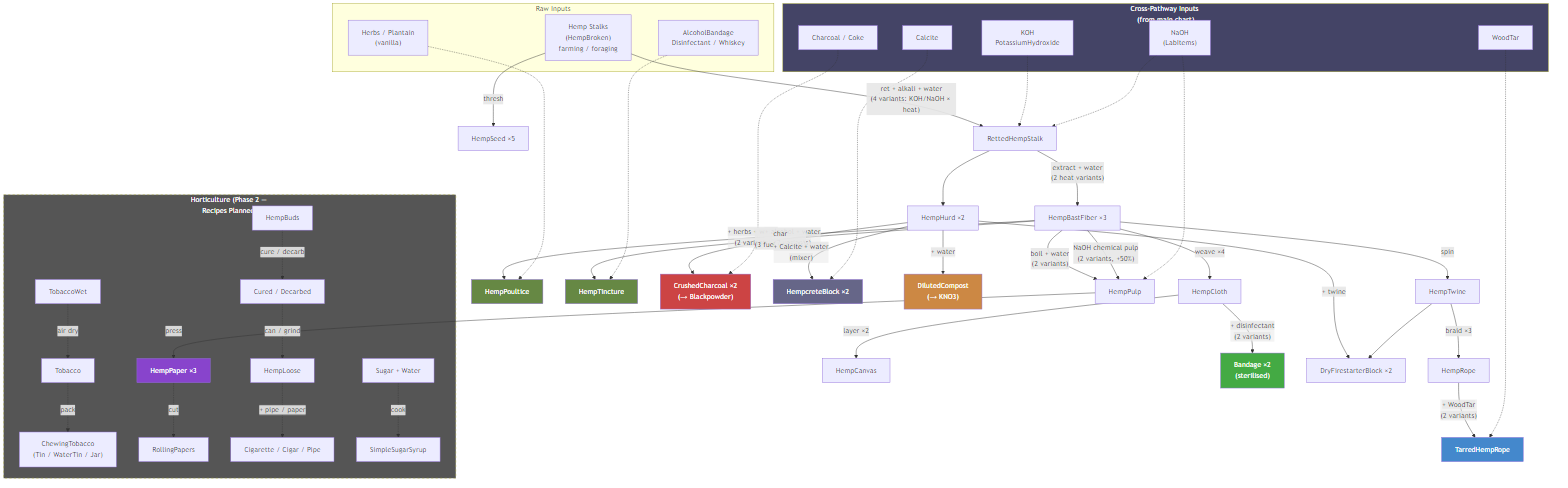
Earlier version of the Mermaid export docs/images/botanical-pathways.png (phobos-dthorga/mod-pz-chemistry-pathways). Its source is kept beside it as docs/mermaid-src/botanical-pathways.mmd. Its diagram source:
```mermaid
graph TB
    subgraph IN["Raw Inputs"]
        HEMP["Hemp Stalks<br/>(HempBroken)<br/>farming / foraging"]
        HERBS["Herbs / Plantain<br/>(vanilla)"]
        ALCOHOL["AlcoholBandage<br/>Disinfectant / Whiskey"]
    end

    subgraph XREF["Cross-Pathway Inputs (from main chart)"]
        KOH["KOH<br/>PotassiumHydroxide"]
        NAOH["NaOH<br/>(LabItems)"]
        WOODTAR["WoodTar"]
        CALCITE["Calcite"]
        CHARCOAL["Charcoal / Coke"]
    end

    HEMP -->|"thresh"| SEEDS["HempSeed ×5"]
    HEMP -->|"ret + alkali + water<br/>(4 variants: KOH/NaOH × heat)"| RETTED["RettedHempStalk"]
    KOH -.-> RETTED
    NAOH -.-> RETTED
    RETTED -->|"extract + water<br/>(2 heat variants)"| BAST["HempBastFiber ×3"]
    RETTED --> HURD["HempHurd ×2"]

    BAST -->|"spin"| TWINE["HempTwine"]
    TWINE -->|"braid ×3"| ROPE["HempRope"]
    ROPE -->|"+ WoodTar<br/>(2 variants)"| TARRED["TarredHempRope"]
    WOODTAR -.-> TARRED

    BAST -->|"weave ×4"| CLOTH["HempCloth"]
    CLOTH -->|"layer ×2"| CANVAS["HempCanvas"]
    CLOTH -->|"+ disinfectant<br/>(2 variants)"| BANDAGE["Bandage ×2<br/>(sterilised)"]

    BAST -->|"boil + water<br/>(2 variants)"| PULP["HempPulp"]
    BAST -->|"NaOH chemical pulp<br/>(2 variants, +50%)"| PULP
    NAOH -.-> PULP
    PULP -->|"press"| PAPER["HempPaper ×3"]

    BAST -->|"+ herbs + water<br/>(2 variants)"| POULTICE["HempPoultice"]
    HERBS -.-> POULTICE
    BAST -->|"+ alcohol + water<br/>(2 variants)"| TINCTURE["HempTincture"]
    ALCOHOL -.-> TINCTURE

    HURD -->|"char<br/>(3 fuel variants)"| CHARCOAL_OUT["CrushedCharcoal ×2<br/>(→ Blackpowder)"]
    CHARCOAL -.-> CHARCOAL_OUT
    HURD -->|"+ Calcite + water<br/>(mixer)"| HEMPCRETE["HempcreteBlock ×2"]
    CALCITE -.-> HEMPCRETE
    HURD -->|"+ water"| COMPOST["DilutedCompost<br/>(→ KNO3)"]
    HURD -->|"+ twine"| FIRE["DryFirestarterBlock ×2"]
    TWINE --> FIRE

    subgraph HORT["Horticulture (Phase 2 — Recipes Planned)"]
        TOB_WET["TobaccoWet"] -.->|"air dry"| TOB_DRY["Tobacco"]
        TOB_DRY -.->|"pack"| CHEW["ChewingTobacco<br/>(Tin / WaterTin / Jar)"]
        BUDS["HempBuds"] -.->|"cure / decarb"| BUDS_PROC["Cured / Decarbed"]
        BUDS_PROC -.->|"can / grind"| LOOSE["HempLoose"]
        PAPER -.->|"cut"| ROLLING["RollingPapers"]
        LOOSE -.->|"+ pipe / paper"| SMOKE["Cigarette / Cigar / Pipe"]
        SYRUP_IN["Sugar + Water"] -.->|"cook"| SYRUP["SimpleSugarSyrup"]
    end

    style CHARCOAL_OUT fill:#c44,color:#fff
    style COMPOST fill:#c84,color:#fff
    style HEMPCRETE fill:#668,color:#fff
    style BANDAGE fill:#4a4,color:#fff
    style TARRED fill:#48c,color:#fff
    style PAPER fill:#84c,color:#fff
    style POULTICE fill:#684,color:#fff
    style TINCTURE fill:#684,color:#fff
    style XREF fill:#446,color:#fff
    style HORT fill:#555,color:#fff,stroke-dasharray: 5 5
```
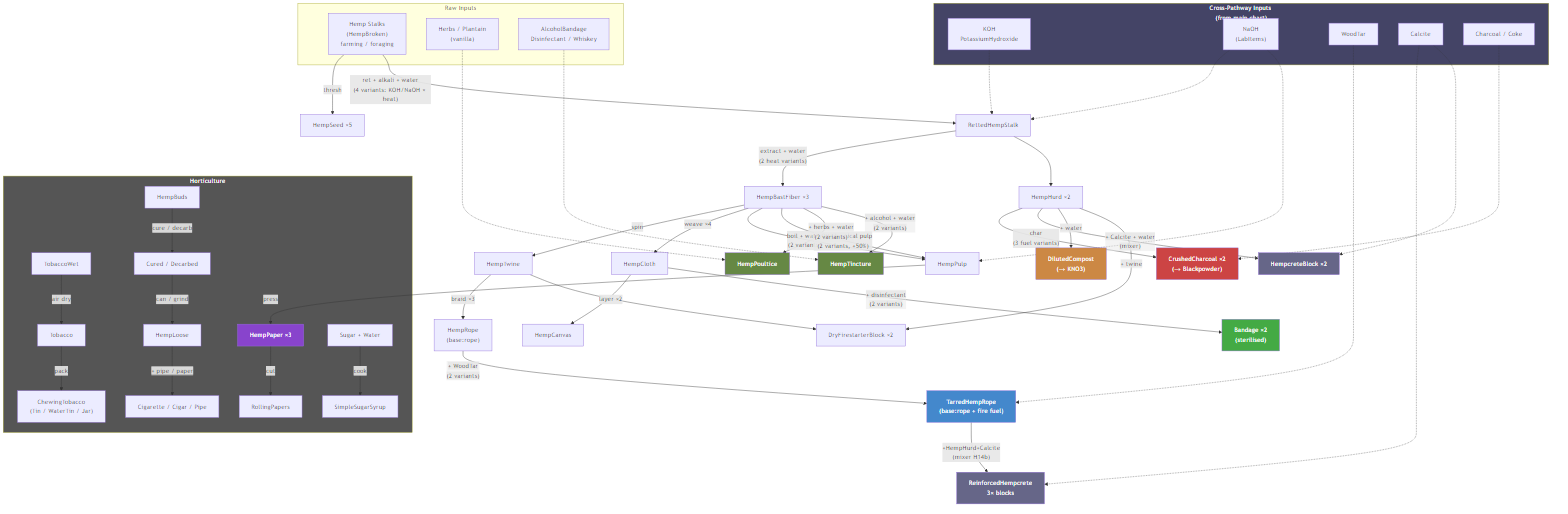
The same diagram one commit later.

The edit, as a diff of the source:
```diff
@@ -21,9 +21,11 @@
     RETTED --> HURD["HempHurd ×2"]
 
     BAST -->|"spin"| TWINE["HempTwine"]
-    TWINE -->|"braid ×3"| ROPE["HempRope"]
-    ROPE -->|"+ WoodTar<br/>(2 variants)"| TARRED["TarredHempRope"]
+    TWINE -->|"braid ×3"| ROPE["HempRope<br/>(base:rope)"]
+    ROPE -->|"+ WoodTar<br/>(2 variants)"| TARRED["TarredHempRope<br/>(base:rope + fire fuel)"]
     WOODTAR -.-> TARRED
+    TARRED -->|"+HempHurd+Calcite<br/>(mixer H14b)"| REINFORCED["ReinforcedHempcrete<br/>3× blocks"]
+    CALCITE -.-> REINFORCED
 
     BAST -->|"weave ×4"| CLOTH["HempCloth"]
     CLOTH -->|"layer ×2"| CANVAS["HempCanvas"]
@@ -47,14 +49,14 @@
     HURD -->|"+ twine"| FIRE["DryFirestarterBlock ×2"]
     TWINE --> FIRE
 
-    subgraph HORT["Horticulture (Phase 2 — Recipes Planned)"]
-        TOB_WET["TobaccoWet"] -.->|"air dry"| TOB_DRY["Tobacco"]
-        TOB_DRY -.->|"pack"| CHEW["ChewingTobacco<br/>(Tin / WaterTin / Jar)"]
-        BUDS["HempBuds"] -.->|"cure / decarb"| BUDS_PROC["Cured / Decarbed"]
-        BUDS_PROC -.->|"can / grind"| LOOSE["HempLoose"]
-        PAPER -.->|"cut"| ROLLING["RollingPapers"]
-        LOOSE -.->|"+ pipe / paper"| SMOKE["Cigarette / Cigar / Pipe"]
-        SYRUP_IN["Sugar + Water"] -.->|"cook"| SYRUP["SimpleSugarSyrup"]
+    subgraph HORT["Horticulture"]
+        TOB_WET["TobaccoWet"] -->|"air dry"| TOB_DRY["Tobacco"]
+        TOB_DRY -->|"pack"| CHEW["ChewingTobacco<br/>(Tin / WaterTin / Jar)"]
+        BUDS["HempBuds"] -->|"cure / decarb"| BUDS_PROC["Cured / Decarbed"]
+        BUDS_PROC -->|"can / grind"| LOOSE["HempLoose"]
+        PAPER -->|"cut"| ROLLING["RollingPapers"]
+        LOOSE -->|"+ pipe / paper"| SMOKE["Cigarette / Cigar / Pipe"]
+        SYRUP_IN["Sugar + Water"] -->|"cook"| SYRUP["SimpleSugarSyrup"]
     end
 
     style CHARCOAL_OUT fill:#c44,color:#fff
@@ -66,4 +68,5 @@
     style POULTICE fill:#684,color:#fff
     style TINCTURE fill:#684,color:#fff
     style XREF fill:#446,color:#fff
-    style HORT fill:#555,color:#fff,stroke-dasharray: 5 5
+    style REINFORCED fill:#668,color:#fff
+    style HORT fill:#555,color:#fff
```
